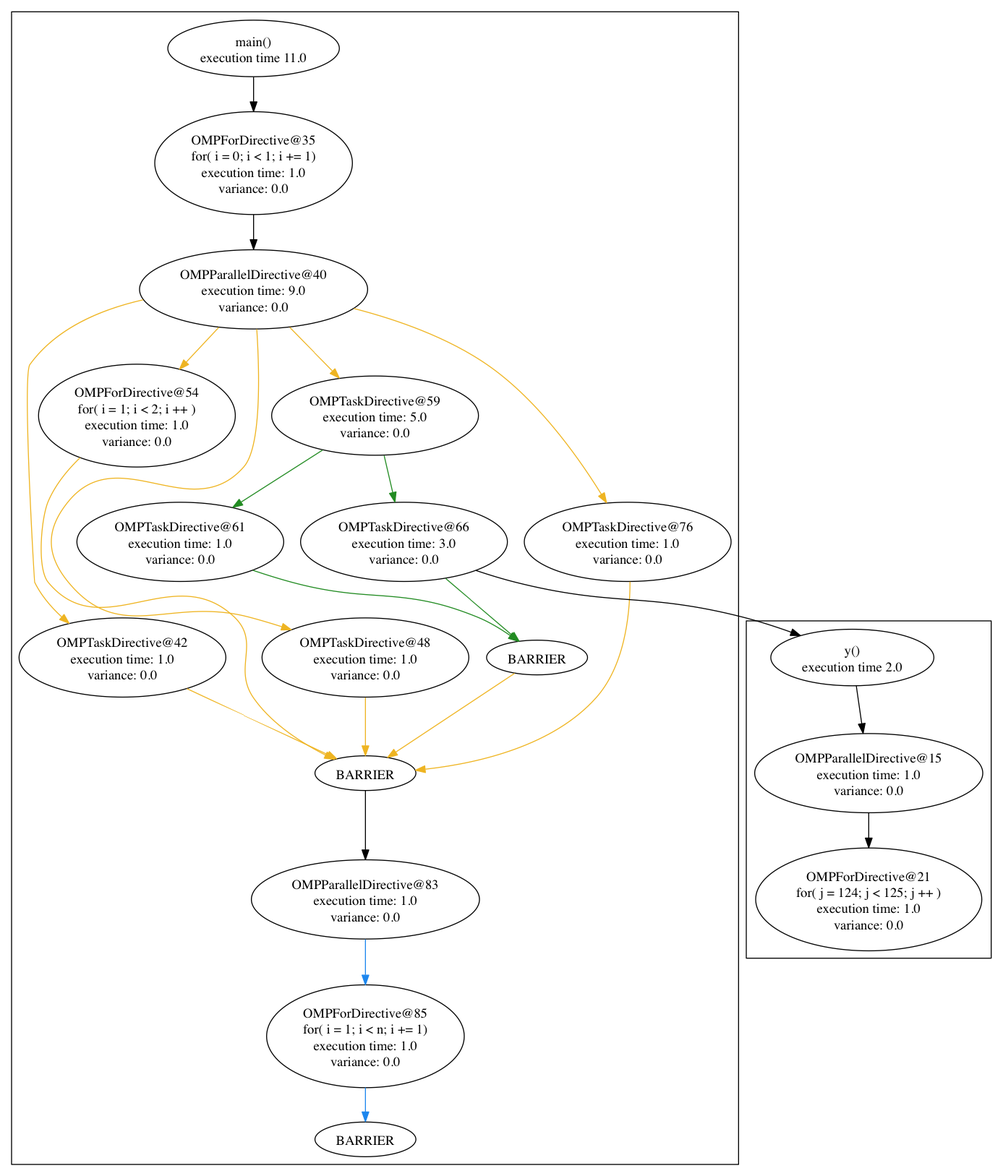
filippobrizzi/soma keeps this Graphviz diagram as graph_sched/graphs/function_graphs.png. Above is the earlier version. Its source is kept beside it as graph_sched/graphs/function_graphs.dot.
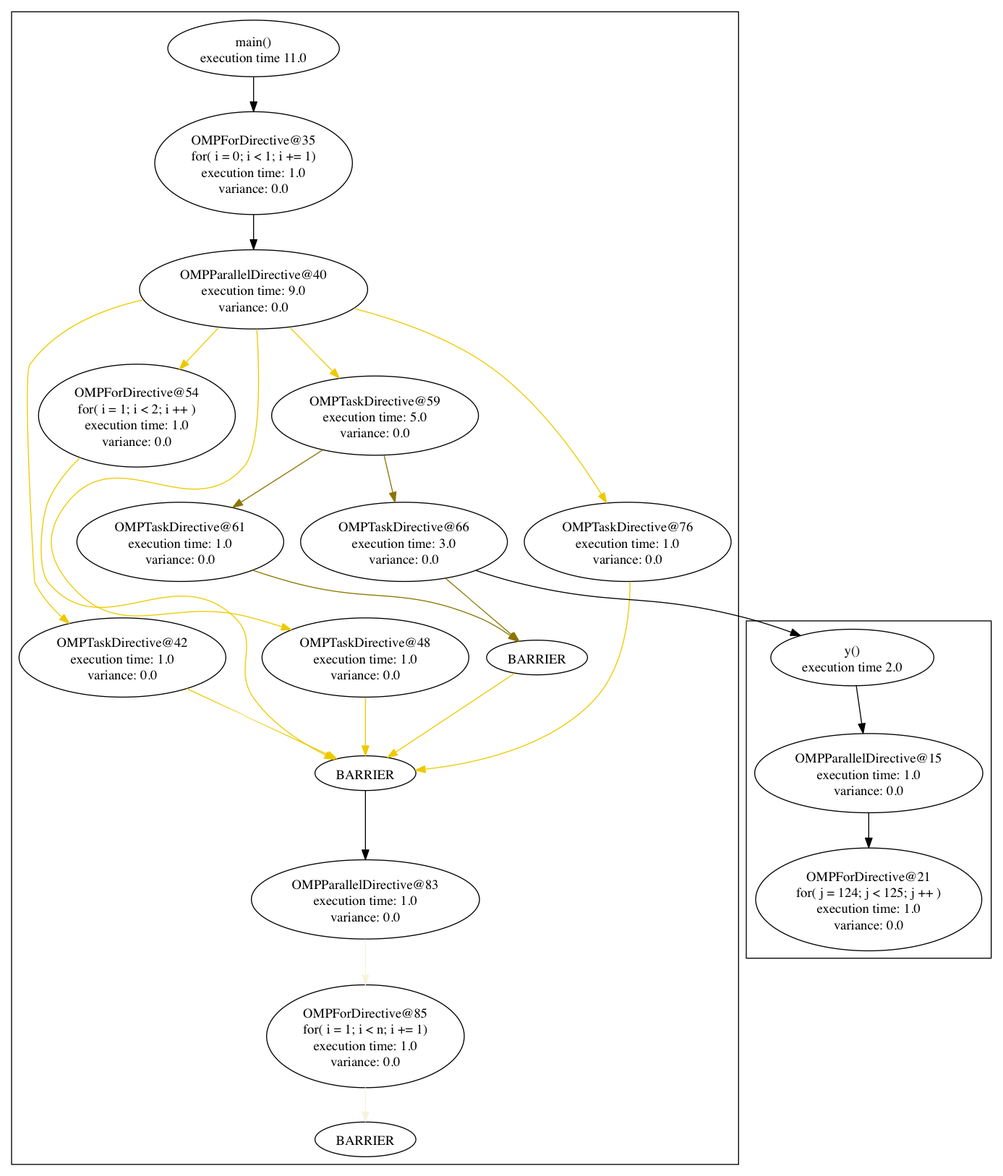
Later version of the same file.

Change to the diagram source:
```diff
@@ -35,14 +35,14 @@
 			pos="183,654",
 			root=28,
 			width=2.9745];
-		59 -> 61		 [color=forestgreen,
+		59 -> 61		 [color=gold4,
 			pos="e,237.5,689.8 330.6,749.26 304.56,732.63 273.22,712.61 246.13,695.32"];
 		66		 [height=1.1471,
 			label="OMPTaskDirective@66\nexecution time: 3.0\nvariance: 0.0",
 			pos="415,654",
 			root=28,
 			width=2.9745];
-		59 -> 66		 [color=forestgreen,
+		59 -> 66		 [color=gold4,
 			pos="e,405.62,695.32 394.41,743.54 397.23,731.41 400.36,717.96 403.31,705.28"];
 		48		 [height=1.1471,
 			label="OMPTaskDirective@48\nexecution time: 1.0\nvariance: 0.0",
@@ -54,21 +54,21 @@
 			pos="375,414",
 			root=28,
 			width=1.4568];
-		48 -> "40_end"		 [color=goldenrod2,
+		48 -> "40_end"		 [color=gold2,
 			pos="e,375,432.29 375,492.39 375,475.87 375,457.21 375,442.35"];
 		76		 [height=1.1471,
 			label="OMPTaskDirective@76\nexecution time: 1.0\nvariance: 0.0",
 			pos="647,654",
 			root=28,
 			width=2.9745];
-		76 -> "40_end"		 [color=goldenrod2,
+		76 -> "40_end"		 [color=gold2,
 			pos="e,426.93,417.06 649.42,612.62 649.35,576.67 643.42,524.83 614,492 569.18,441.98 491.74,424.28 437.18,418.11"];
 		"59_end"		 [height=0.5,
 			label=BARRIER,
 			pos="553,534",
 			root=28,
 			width=1.4568];
-		"59_end" -> "40_end"		 [color=goldenrod2,
+		"59_end" -> "40_end"		 [color=gold2,
 			pos="e,397.99,430.24 529.73,517.57 498.19,496.67 441.78,459.27 406.49,435.87"];
 		28		 [height=0.8171,
 			label="main()\nexecution time 11.0",
@@ -86,21 +86,21 @@
 			pos="123,534",
 			root=28,
 			width=2.9745];
-		42 -> "40_end"		 [color=goldenrod2,
+		42 -> "40_end"		 [color=gold2,
 			pos="e,345.15,428.98 189.87,501.69 236.38,479.91 296.79,451.62 335.73,433.39"];
 		40		 [height=1.1471,
 			label="OMPParallelDirective@40\nexecution time: 9.0\nvariance: 0.0",
 			pos="259,916",
 			root=28,
 			width=3.2896];
-		40 -> 59		 [color=goldenrod2,
+		40 -> 59		 [color=gold2,
 			pos="e,347.9,823.98 296.46,876.65 310.3,862.48 326.12,846.29 340.52,831.54"];
-		40 -> 48		 [color=goldenrod2,
+		40 -> 48		 [color=gold2,
 			pos="e,298.02,562.83 262.32,874.67 265.31,827.29 266.84,752.54 249,732 194.94,669.74 119.34,759.71 67,696 43.301,667.15 43.227,640.79 \
 67,612 120.89,546.74 172.17,597.63 254,576 265.22,573.03 276.92,569.56 288.42,565.93"];
-		40 -> 76		 [color=goldenrod2,
+		40 -> 76		 [color=gold2,
 			pos="e,625.03,694.66 363.05,896.12 408.23,884.47 460.05,866.18 501,838 552.11,802.83 594.17,744.54 619.81,703.2"];
-		40 -> 42		 [color=goldenrod2,
+		40 -> 42		 [color=gold2,
 			pos="e,67.684,569.43 144.44,905.16 100.36,895.13 54.134,875.59 27,838 18.974,826.88 31.534,612.95 32,612 38.578,598.56 48.701,586.57 \
 59.841,576.28"];
 		54		 [height=1.4771,
@@ -108,15 +108,15 @@
 			pos="138,785",
 			root=28,
 			width=2.8384];
-		40 -> 54		 [color=goldenrod2,
+		40 -> 54		 [color=gold2,
 			pos="e,182.19,833.11 223.02,876.65 212.41,865.33 200.58,852.72 189.2,840.59"];
-		61 -> "59_end"		 [color=forestgreen,
+		61 -> "59_end"		 [color=gold4,
 			pos="e,533.48,550.85 258.28,624.5 271.73,619.95 285.7,615.58 299,612 382.85,589.47 410.53,608.59 491,576 502.96,571.16 515.04,563.84 \
 525.31,556.72"];
 		35 -> 40		 [pos="e,259,957.55 259,993.53 259,985 259,976.18 259,967.69"];
-		66 -> "59_end"		 [color=forestgreen,
+		66 -> "59_end"		 [color=gold4,
 			pos="e,534.43,550.88 458.29,615.99 480.69,596.83 507.33,574.05 526.63,557.54"];
-		54 -> "40_end"		 [color=goldenrod2,
+		54 -> "40_end"		 [color=gold2,
 			pos="e,342.74,428.25 79.095,741.33 65.708,728.42 53.295,713.07 46,696 38.665,678.83 34.072,626.36 46,612 101.76,544.88 175.8,636.16 239,\
 576 266.8,549.54 237.04,523.47 259,492 277.54,465.43 308.47,445.57 333.73,432.69"];
 		83		 [height=1.1471,
@@ -129,7 +129,7 @@
 			pos="375,141",
 			root=28,
 			width=2.8425];
-		83 -> 85		 [color=dodgerblue2,
+		83 -> 85		 [color=beige,
 			pos="e,375,194.41 375,241.51 375,230.02 375,217.24 375,204.77"];
 		"83_end"		 [height=0.5,
 			label=BARRIER,
@@ -137,7 +137,7 @@
 			root=28,
 			width=1.4568];
 		"40_end" -> 83		 [pos="e,375,324.31 375,395.87 375,380.19 375,356.19 375,334.43"];
-		85 -> "83_end"		 [color=dodgerblue2,
+		85 -> "83_end"		 [color=beige,
 			pos="e,375,52.46 375,87.808 375,79.132 375,70.445 375,62.694"];
 	}
 	66 -> 9	 [pos="e,826.16,556.78 489.56,624.34 503.21,619.75 517.43,615.41 531,612 633.48,586.28 663.59,602 766,576 782.7,571.76 800.39,566.04 816.72,\
```
